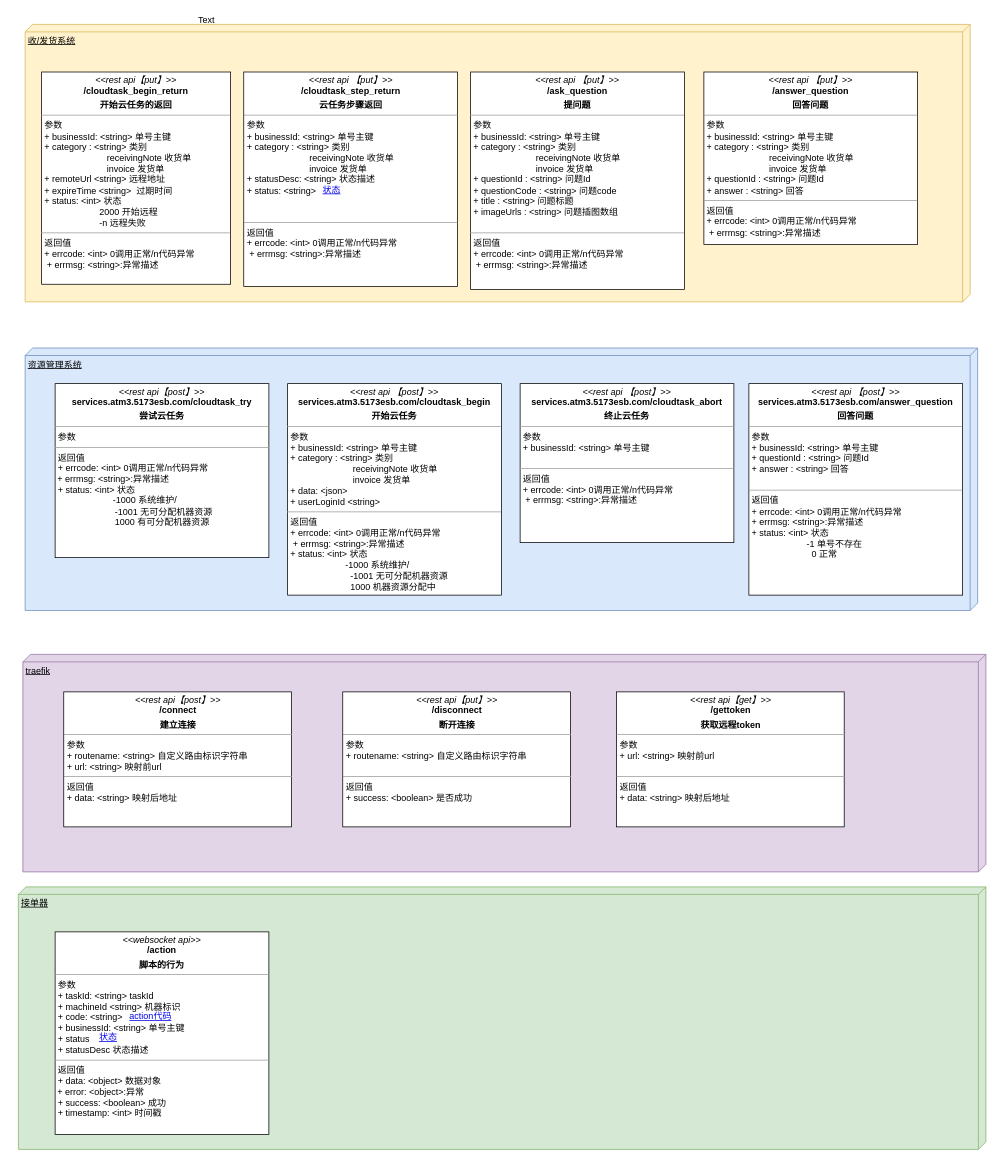
yelisheng/atm-design keeps this draw.io diagram as 接口.drawio. Above is the earlier version. Source tidied: cells renumbered, new cells numbered last; positions are measured from the earlier drawing's top-left corner, leaving out a move shared by most shapes. Both pictures are drawn from the tidied source at 75%, with x=0, y=0 at pixel (13, 13).
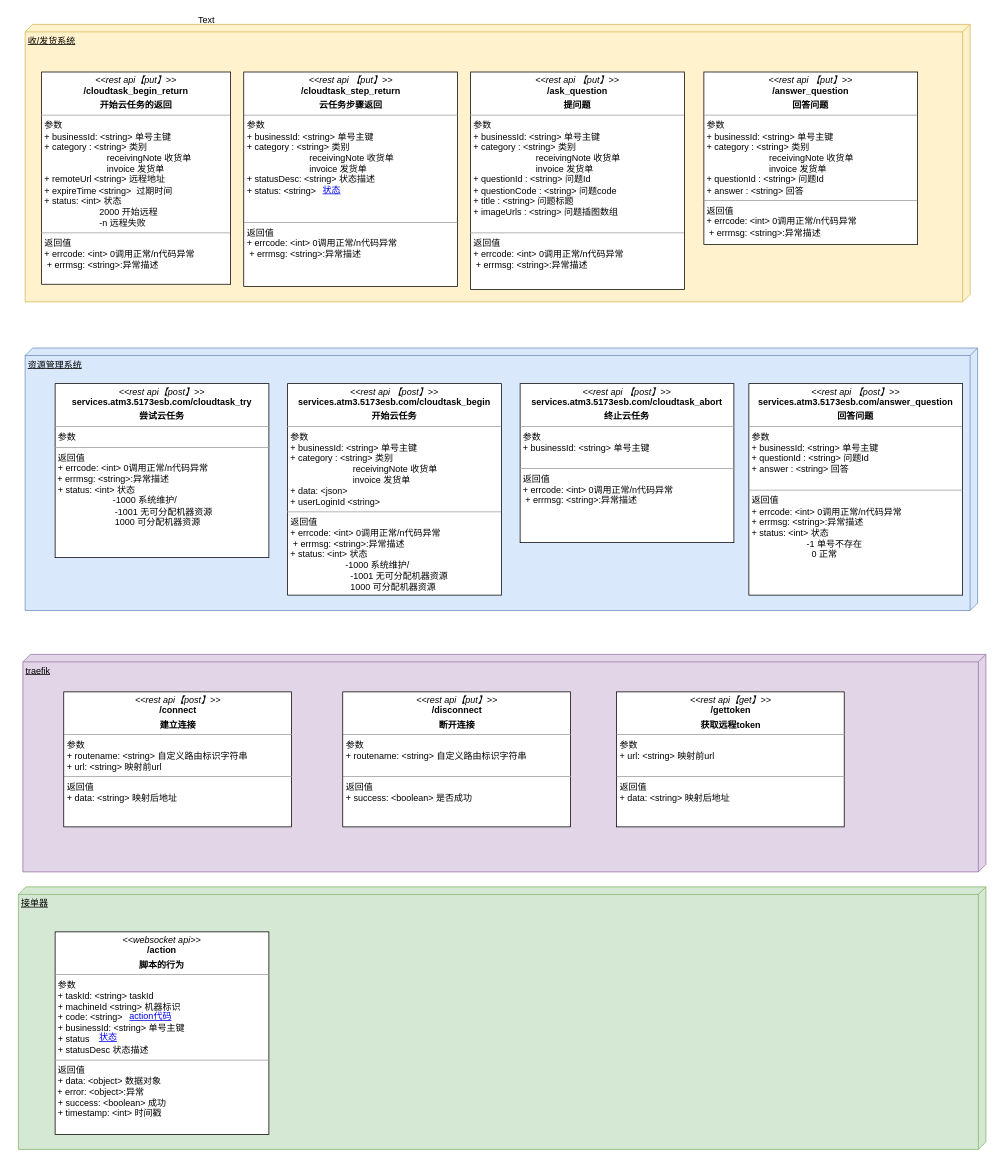
Above is the later version.

Unchanged cells that the change refers to:
```xml
<mxCell id="14" style="group;" parent="1" vertex="1">
  <mxGeometry x="16" y="416.5" width="1270" height="390" as="geometry" />
</mxCell>
```

Change to the diagram source:
```diff
@@
-    <mxCell id="16" value="&lt;p style=&quot;margin: 0px ; margin-top: 4px ; text-align: center&quot;&gt;&lt;i&gt;&amp;lt;&amp;lt;rest api【post】&amp;gt;&amp;gt;&lt;/i&gt;&lt;br&gt;&lt;b&gt;services.atm3.5173esb.com/cloudtask_try&lt;/b&gt;&lt;/p&gt;&lt;p style=&quot;margin: 0px ; margin-top: 4px ; text-align: center&quot;&gt;&lt;b&gt;尝试云任务&lt;/b&gt;&lt;/p&gt;&lt;hr size=&quot;1&quot;&gt;&lt;p style=&quot;margin: 0px ; margin-left: 4px&quot;&gt;参数&lt;/p&gt;&lt;hr size=&quot;1&quot;&gt;&lt;p style=&quot;margin: 0px ; margin-left: 4px&quot;&gt;返回值&lt;/p&gt;&lt;p style=&quot;margin: 0px ; margin-left: 4px&quot;&gt;+ errcode: &amp;lt;int&amp;gt; 0调用正常/n代码异常&amp;nbsp;&lt;/p&gt;&amp;nbsp;+&amp;nbsp;&lt;span&gt;errmsg: &amp;lt;string&amp;gt;:异常描述&lt;/span&gt;&lt;br&gt;&lt;p style=&quot;margin: 0px ; margin-left: 4px&quot;&gt;+ status: &amp;lt;int&amp;gt; 状态&amp;nbsp;&lt;/p&gt;&lt;p style=&quot;margin: 0px ; margin-left: 4px&quot;&gt;&amp;nbsp; &amp;nbsp; &amp;nbsp; &amp;nbsp; &amp;nbsp; &amp;nbsp; &amp;nbsp; &amp;nbsp; &amp;nbsp; &amp;nbsp; &amp;nbsp; -1000 系统维护/&lt;/p&gt;&amp;nbsp; &amp;nbsp; &amp;nbsp; &amp;nbsp; &amp;nbsp; &amp;nbsp; &amp;nbsp; &amp;nbsp; &amp;nbsp; &amp;nbsp; &amp;nbsp; &amp;nbsp; -1001 无可分配机器资源&lt;br&gt;&amp;nbsp; &amp;nbsp; &amp;nbsp; &amp;nbsp; &amp;nbsp; &amp;nbsp; &amp;nbsp; &amp;nbsp; &amp;nbsp; &amp;nbsp; &amp;nbsp; &amp;nbsp; 1000 有可分配机器资源&lt;br&gt;&lt;p style=&quot;margin: 0px ; margin-left: 4px&quot;&gt;&amp;nbsp;&amp;nbsp;&lt;/p&gt;" style="verticalAlign=top;align=left;overflow=fill;fontSize=12;fontFamily=Helvetica;html=1;" parent="14" vertex="1">
+    <mxCell id="16" value="&lt;p style=&quot;margin: 0px ; margin-top: 4px ; text-align: center&quot;&gt;&lt;i&gt;&amp;lt;&amp;lt;rest api【post】&amp;gt;&amp;gt;&lt;/i&gt;&lt;br&gt;&lt;b&gt;services.atm3.5173esb.com/cloudtask_try&lt;/b&gt;&lt;/p&gt;&lt;p style=&quot;margin: 0px ; margin-top: 4px ; text-align: center&quot;&gt;&lt;b&gt;尝试云任务&lt;/b&gt;&lt;/p&gt;&lt;hr size=&quot;1&quot;&gt;&lt;p style=&quot;margin: 0px ; margin-left: 4px&quot;&gt;参数&lt;/p&gt;&lt;hr size=&quot;1&quot;&gt;&lt;p style=&quot;margin: 0px ; margin-left: 4px&quot;&gt;返回值&lt;/p&gt;&lt;p style=&quot;margin: 0px ; margin-left: 4px&quot;&gt;+ errcode: &amp;lt;int&amp;gt; 0调用正常/n代码异常&amp;nbsp;&lt;/p&gt;&amp;nbsp;+&amp;nbsp;&lt;span&gt;errmsg: &amp;lt;string&amp;gt;:异常描述&lt;/span&gt;&lt;br&gt;&lt;p style=&quot;margin: 0px ; margin-left: 4px&quot;&gt;+ status: &amp;lt;int&amp;gt; 状态&amp;nbsp;&lt;/p&gt;&lt;p style=&quot;margin: 0px ; margin-left: 4px&quot;&gt;&amp;nbsp; &amp;nbsp; &amp;nbsp; &amp;nbsp; &amp;nbsp; &amp;nbsp; &amp;nbsp; &amp;nbsp; &amp;nbsp; &amp;nbsp; &amp;nbsp; -1000 系统维护/&lt;/p&gt;&amp;nbsp; &amp;nbsp; &amp;nbsp; &amp;nbsp; &amp;nbsp; &amp;nbsp; &amp;nbsp; &amp;nbsp; &amp;nbsp; &amp;nbsp; &amp;nbsp; &amp;nbsp; -1001 无可分配机器资源&lt;br&gt;&amp;nbsp; &amp;nbsp; &amp;nbsp; &amp;nbsp; &amp;nbsp; &amp;nbsp; &amp;nbsp; &amp;nbsp; &amp;nbsp; &amp;nbsp; &amp;nbsp; &amp;nbsp; 1000 可分配机器资源&lt;br&gt;&lt;p style=&quot;margin: 0px ; margin-left: 4px&quot;&gt;&amp;nbsp;&amp;nbsp;&lt;/p&gt;" style="verticalAlign=top;align=left;overflow=fill;fontSize=12;fontFamily=Helvetica;html=1;" parent="14" vertex="1">
       <mxGeometry x="40" y="77.5" width="285" height="232" as="geometry" />
     </mxCell>
-    <mxCell id="17" value="&lt;p style=&quot;margin: 0px ; margin-top: 4px ; text-align: center&quot;&gt;&lt;i&gt;&amp;lt;&amp;lt;rest api 【post】&amp;gt;&amp;gt;&lt;/i&gt;&lt;br&gt;&lt;b&gt;services.atm3.5173esb.com/cloudtask_begin&lt;/b&gt;&lt;/p&gt;&lt;p style=&quot;margin: 0px ; margin-top: 4px ; text-align: center&quot;&gt;&lt;b&gt;开始云任务&lt;/b&gt;&lt;/p&gt;&lt;hr size=&quot;1&quot;&gt;&lt;p style=&quot;margin: 0px ; margin-left: 4px&quot;&gt;参数&lt;/p&gt;&lt;p style=&quot;margin: 0px ; margin-left: 4px&quot;&gt;+ businessId: &amp;lt;string&amp;gt; 单号主键&lt;/p&gt;&lt;p style=&quot;margin: 0px ; margin-left: 4px&quot;&gt;+ category : &amp;lt;string&amp;gt; 类别&amp;nbsp;&lt;/p&gt;&lt;p style=&quot;margin: 0px ; margin-left: 4px&quot;&gt;&amp;nbsp; &amp;nbsp; &amp;nbsp; &amp;nbsp; &amp;nbsp; &amp;nbsp; &amp;nbsp; &amp;nbsp; &amp;nbsp; &amp;nbsp; &amp;nbsp; &amp;nbsp; &amp;nbsp;receivingNote 收货单&lt;/p&gt;&lt;p style=&quot;margin: 0px ; margin-left: 4px&quot;&gt;&amp;nbsp; &amp;nbsp; &amp;nbsp; &amp;nbsp; &amp;nbsp; &amp;nbsp; &amp;nbsp; &amp;nbsp; &amp;nbsp; &amp;nbsp; &amp;nbsp; &amp;nbsp; &amp;nbsp;invoice 发货单&lt;br&gt;+ data: &amp;lt;json&amp;gt;&lt;/p&gt;&lt;p style=&quot;margin: 0px ; margin-left: 4px&quot;&gt;+ userLoginId &amp;lt;string&amp;gt;&lt;/p&gt;&lt;hr size=&quot;1&quot;&gt;&lt;p style=&quot;margin: 0px ; margin-left: 4px&quot;&gt;返回值&lt;/p&gt;&lt;p style=&quot;margin: 0px 0px 0px 4px&quot;&gt;+ errcode: &amp;lt;int&amp;gt; 0调用正常/n代码异常&amp;nbsp;&lt;/p&gt;&lt;p style=&quot;margin: 0px ; margin-left: 4px&quot;&gt;&amp;nbsp;+&amp;nbsp;errmsg: &amp;lt;string&amp;gt;:异常描述&lt;br&gt;&lt;/p&gt;&lt;p style=&quot;margin: 0px 0px 0px 4px&quot;&gt;+ status: &amp;lt;int&amp;gt; 状态&amp;nbsp;&lt;/p&gt;&lt;p style=&quot;margin: 0px 0px 0px 4px&quot;&gt;&amp;nbsp; &amp;nbsp; &amp;nbsp; &amp;nbsp; &amp;nbsp; &amp;nbsp; &amp;nbsp; &amp;nbsp; &amp;nbsp; &amp;nbsp; &amp;nbsp; -1000 系统维护/&lt;/p&gt;&lt;p style=&quot;margin: 0px ; margin-left: 4px&quot;&gt;&amp;nbsp; &amp;nbsp; &amp;nbsp; &amp;nbsp; &amp;nbsp; &amp;nbsp; &amp;nbsp; &amp;nbsp; &amp;nbsp; &amp;nbsp; &amp;nbsp; &amp;nbsp; -1001 无可分配机器资源&lt;br&gt;&amp;nbsp; &amp;nbsp; &amp;nbsp; &amp;nbsp; &amp;nbsp; &amp;nbsp; &amp;nbsp; &amp;nbsp; &amp;nbsp; &amp;nbsp; &amp;nbsp; &amp;nbsp; 1000 机器资源分配中&lt;br&gt;&lt;/p&gt;" style="verticalAlign=top;align=left;overflow=fill;fontSize=12;fontFamily=Helvetica;html=1;" parent="14" vertex="1">
+    <mxCell id="17" value="&lt;p style=&quot;margin: 0px ; margin-top: 4px ; text-align: center&quot;&gt;&lt;i&gt;&amp;lt;&amp;lt;rest api 【post】&amp;gt;&amp;gt;&lt;/i&gt;&lt;br&gt;&lt;b&gt;services.atm3.5173esb.com/cloudtask_begin&lt;/b&gt;&lt;/p&gt;&lt;p style=&quot;margin: 0px ; margin-top: 4px ; text-align: center&quot;&gt;&lt;b&gt;开始云任务&lt;/b&gt;&lt;/p&gt;&lt;hr size=&quot;1&quot;&gt;&lt;p style=&quot;margin: 0px ; margin-left: 4px&quot;&gt;参数&lt;/p&gt;&lt;p style=&quot;margin: 0px ; margin-left: 4px&quot;&gt;+ businessId: &amp;lt;string&amp;gt; 单号主键&lt;/p&gt;&lt;p style=&quot;margin: 0px ; margin-left: 4px&quot;&gt;+ category : &amp;lt;string&amp;gt; 类别&amp;nbsp;&lt;/p&gt;&lt;p style=&quot;margin: 0px ; margin-left: 4px&quot;&gt;&amp;nbsp; &amp;nbsp; &amp;nbsp; &amp;nbsp; &amp;nbsp; &amp;nbsp; &amp;nbsp; &amp;nbsp; &amp;nbsp; &amp;nbsp; &amp;nbsp; &amp;nbsp; &amp;nbsp;receivingNote 收货单&lt;/p&gt;&lt;p style=&quot;margin: 0px ; margin-left: 4px&quot;&gt;&amp;nbsp; &amp;nbsp; &amp;nbsp; &amp;nbsp; &amp;nbsp; &amp;nbsp; &amp;nbsp; &amp;nbsp; &amp;nbsp; &amp;nbsp; &amp;nbsp; &amp;nbsp; &amp;nbsp;invoice 发货单&lt;br&gt;+ data: &amp;lt;json&amp;gt;&lt;/p&gt;&lt;p style=&quot;margin: 0px ; margin-left: 4px&quot;&gt;+ userLoginId &amp;lt;string&amp;gt;&lt;/p&gt;&lt;hr size=&quot;1&quot;&gt;&lt;p style=&quot;margin: 0px ; margin-left: 4px&quot;&gt;返回值&lt;/p&gt;&lt;p style=&quot;margin: 0px 0px 0px 4px&quot;&gt;+ errcode: &amp;lt;int&amp;gt; 0调用正常/n代码异常&amp;nbsp;&lt;/p&gt;&lt;p style=&quot;margin: 0px ; margin-left: 4px&quot;&gt;&amp;nbsp;+&amp;nbsp;errmsg: &amp;lt;string&amp;gt;:异常描述&lt;br&gt;&lt;/p&gt;&lt;p style=&quot;margin: 0px 0px 0px 4px&quot;&gt;+ status: &amp;lt;int&amp;gt; 状态&amp;nbsp;&lt;/p&gt;&lt;p style=&quot;margin: 0px 0px 0px 4px&quot;&gt;&amp;nbsp; &amp;nbsp; &amp;nbsp; &amp;nbsp; &amp;nbsp; &amp;nbsp; &amp;nbsp; &amp;nbsp; &amp;nbsp; &amp;nbsp; &amp;nbsp; -1000 系统维护/&lt;/p&gt;&lt;p style=&quot;margin: 0px ; margin-left: 4px&quot;&gt;&amp;nbsp; &amp;nbsp; &amp;nbsp; &amp;nbsp; &amp;nbsp; &amp;nbsp; &amp;nbsp; &amp;nbsp; &amp;nbsp; &amp;nbsp; &amp;nbsp; &amp;nbsp; -1001 无可分配机器资源&lt;br&gt;&amp;nbsp; &amp;nbsp; &amp;nbsp; &amp;nbsp; &amp;nbsp; &amp;nbsp; &amp;nbsp; &amp;nbsp; &amp;nbsp; &amp;nbsp; &amp;nbsp; &amp;nbsp; 1000 可分配机器资源&lt;/p&gt;" style="verticalAlign=top;align=left;overflow=fill;fontSize=12;fontFamily=Helvetica;html=1;" parent="14" vertex="1">
       <mxGeometry x="350" y="77.5" width="285" height="282" as="geometry" />
     </mxCell>
```
